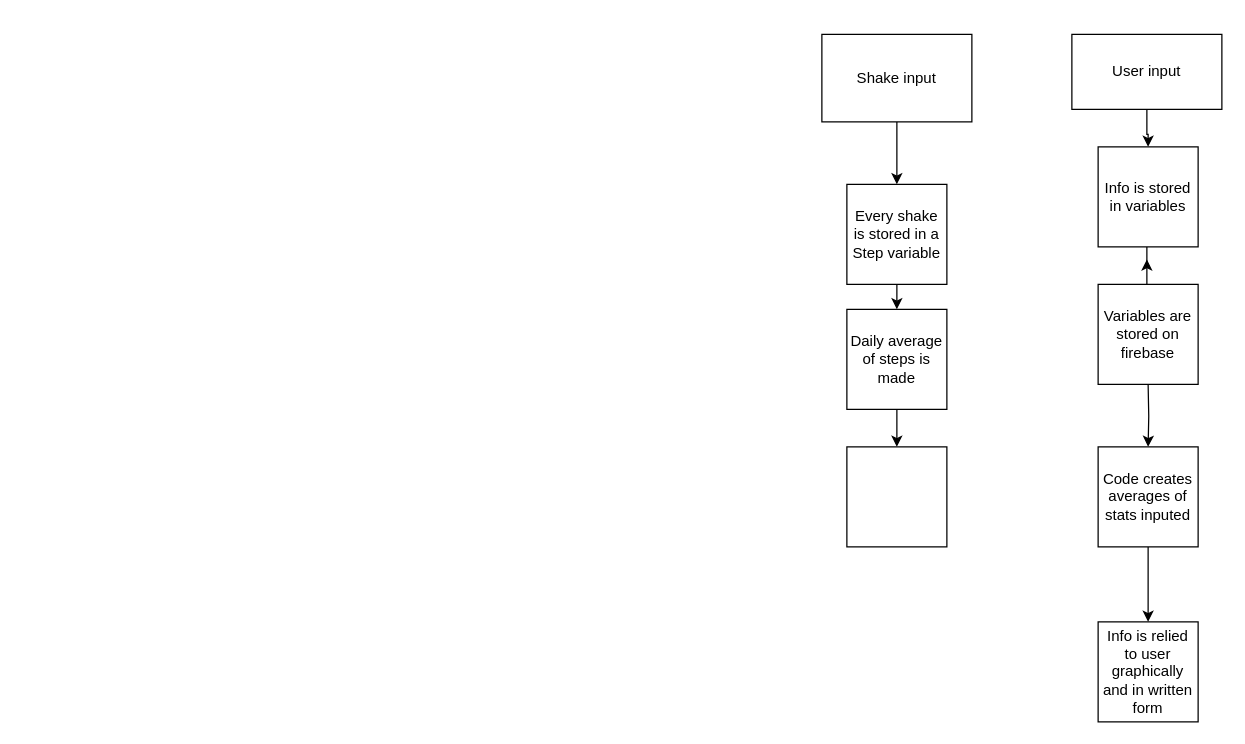
Above: Untitled Diagram.drawio in davidlandy05/5th-year (draw.io), before the change. Source tidied: cells renumbered, new cells numbered last; positions are measured from the earlier drawing's top-left corner, leaving out a move shared by most shapes. Both pictures are drawn from the tidied source at 125%, with x=0, y=0 at pixel (821, 34).
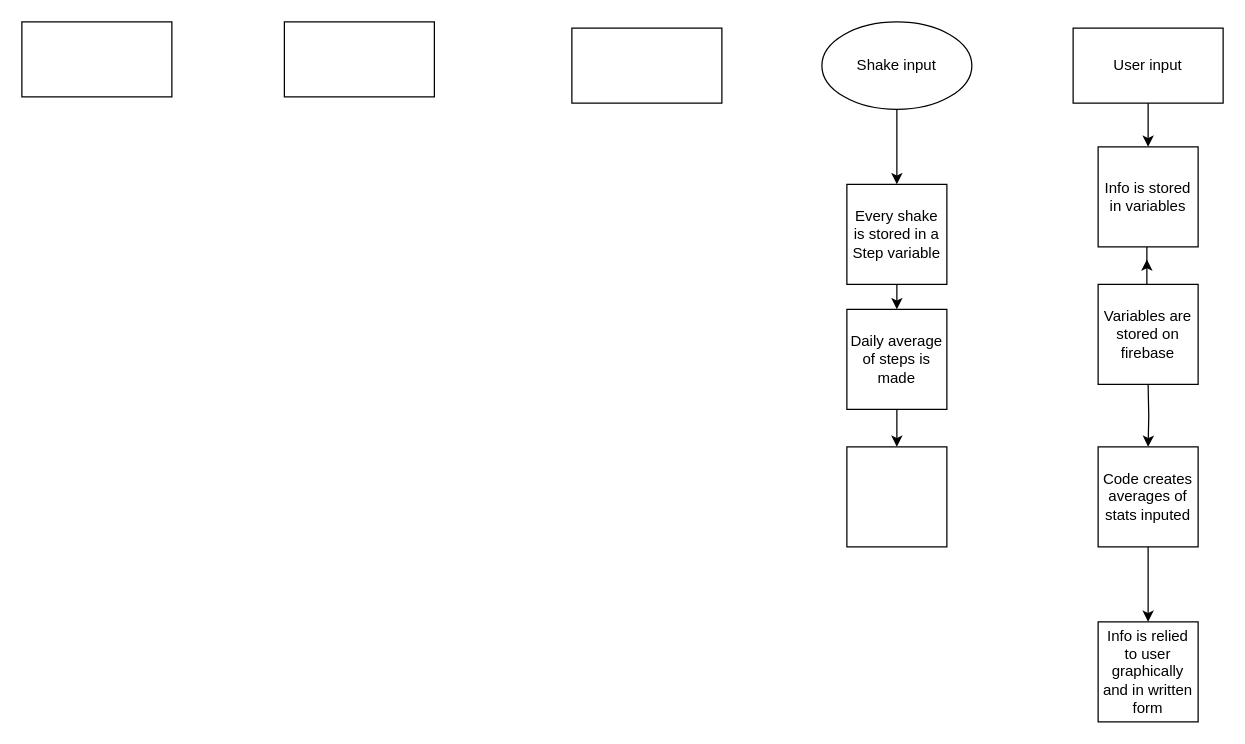
Above is the later version.

The change refers to these unchanged cells:
```xml
<mxCell id="14" value="Every shake is stored in a Step variable" style="whiteSpace=wrap;html=1;" parent="1" vertex="1">
  <mxGeometry x="20" y="120" width="80" height="80" as="geometry" />
</mxCell>
```

Diff of the diagram source:
```diff
@@
     <mxCell id="4" value="User input" style="rounded=0;whiteSpace=wrap;html=1;" parent="1" vertex="1">
-      <mxGeometry x="200" width="120" height="60" as="geometry" />
+      <mxGeometry x="201" y="-5" width="120" height="60" as="geometry" />
     </mxCell>
@@
-    <mxCell id="8" style="edgeStyle=orthogonalEdgeStyle;rounded=0;jettySize=auto;html=1;entryX=0.5;entryY=0;entryDx=0;entryDy=0;" parent="1" edge="1" source="9" target="14">
-      <mxGeometry relative="1" as="geometry" />
-    </mxCell>
-    <mxCell id="9" value="Shake input" style="rounded=0;whiteSpace=wrap;html=1;direction=west;" parent="1" vertex="1">
-      <mxGeometry width="120" height="70" as="geometry" />
-    </mxCell>
@@
+    <mxCell id="8" style="edgeStyle=orthogonalEdgeStyle;rounded=0;jettySize=auto;html=1;" parent="1" edge="1" source="9" target="14">
+      <mxGeometry relative="1" as="geometry" />
+    </mxCell>
+    <mxCell id="9" value="Shake input" style="ellipse;whiteSpace=wrap;html=1;" parent="1" vertex="1">
+      <mxGeometry y="-10" width="120" height="70" as="geometry" />
+    </mxCell>
+    <mxCell id="18" style="rounded=0;whiteSpace=wrap;html=1;" parent="1" vertex="1">
+      <mxGeometry x="-200" y="-5" width="120" height="60" as="geometry" />
+    </mxCell>
+    <mxCell id="19" style="rounded=0;whiteSpace=wrap;html=1;" parent="1" vertex="1">
+      <mxGeometry x="-430" y="-10" width="120" height="60" as="geometry" />
+    </mxCell>
+    <mxCell id="20" style="rounded=0;whiteSpace=wrap;html=1;" parent="1" vertex="1">
+      <mxGeometry x="-640" y="-10" width="120" height="60" as="geometry" />
+    </mxCell>
```
